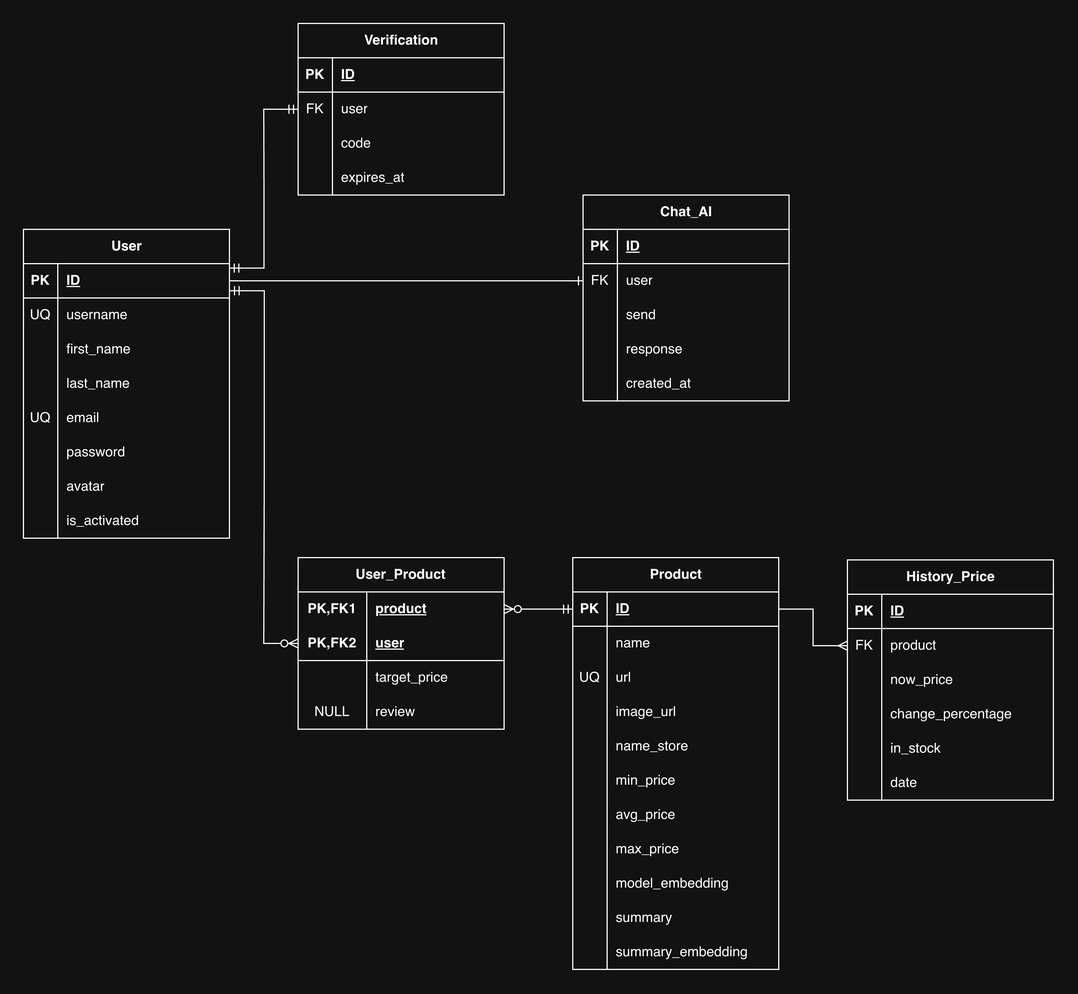
This is docs/track-your-products-relational-entity.png from naykobye-netizen/track-your-products, a draw.io export, as it was before one commit. Source tidied: cells renumbered, new cells last; positions are measured from the earlier drawing's top-left corner, leaving out a move shared by most shapes.
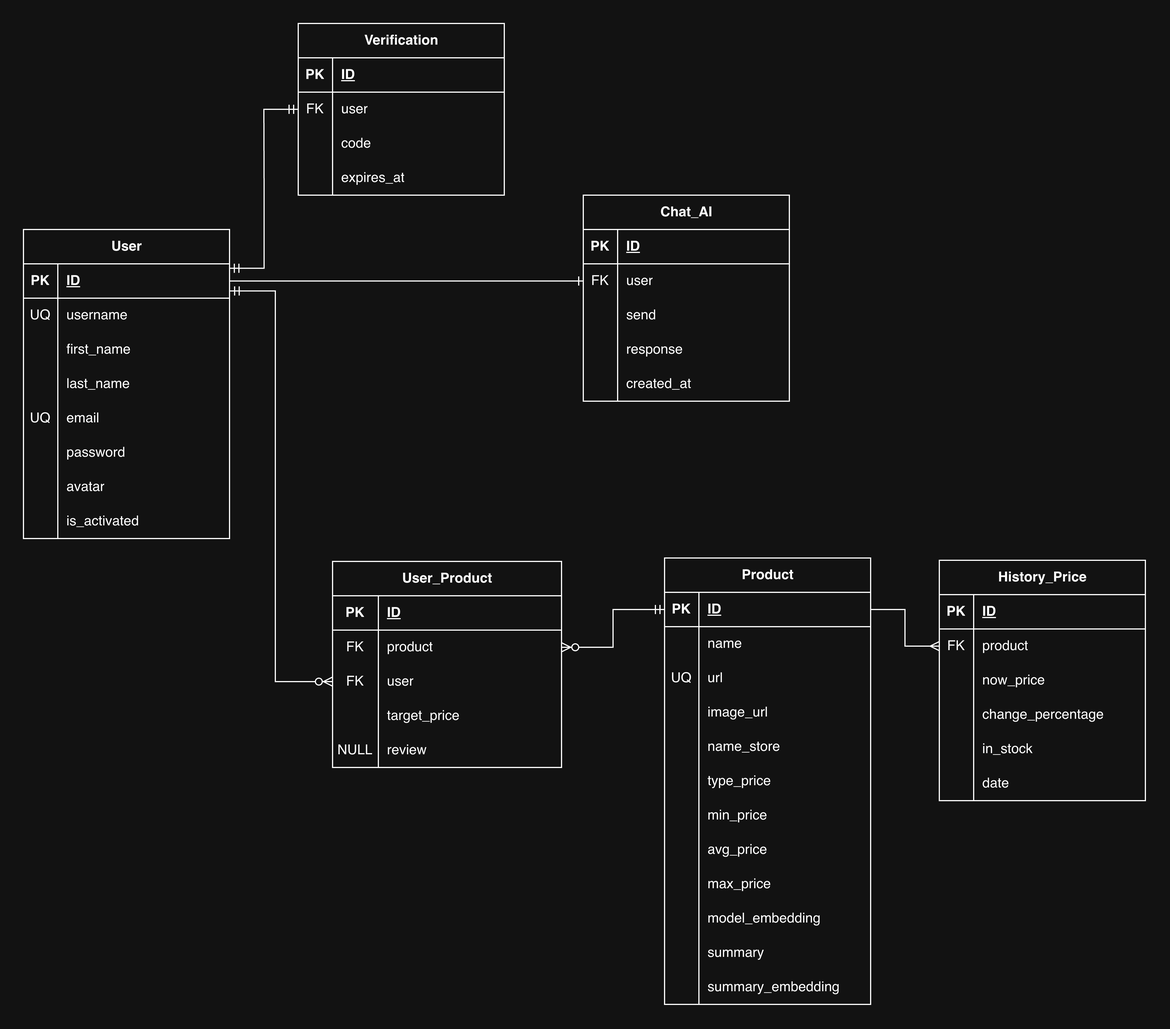
After the commit.

What changed in the source:
```diff
@@ -119,47 +119,8 @@
     <mxCell id="40" style="edgeStyle=entityRelationEdgeStyle;fontSize=12;html=1;endArrow=ERmandOne;startArrow=ERmandOne;rounded=0;defaultLabelBackgroundColor=page;exitX=1.001;exitY=0.129;exitDx=0;exitDy=0;entryX=0;entryY=0.5;entryDx=0;entryDy=0;exitPerimeter=0;" parent="1" edge="1" source="3" target="31">
       <mxGeometry x="-0.06" relative="1" as="geometry" />
     </mxCell>
-    <mxCell id="41" value="User_Product" style="shape=table;startSize=30;rowLines=0;fontStyle=1;align=center;html=1;whiteSpace=wrap;" parent="1" vertex="1">
-      <mxGeometry x="240" y="467" width="180" height="150" as="geometry" />
-    </mxCell>
-    <mxCell id="42" style="shape=tableRow;horizontal=0;startSize=0;swimlaneHead=0;swimlaneBody=0;fillColor=none;points=[[0,0.5],[1,0.5]];portConstraint=eastwest;top=0;left=0;right=0;bottom=0;html=1;" parent="41" vertex="1">
-      <mxGeometry y="30" width="180" height="30" as="geometry" />
-    </mxCell>
-    <mxCell id="43" value="PK,FK1" style="shape=partialRectangle;fillColor=none;top=0;left=0;bottom=0;right=0;fontStyle=1;overflow=hidden;html=1;whiteSpace=wrap;" parent="42" vertex="1">
-      <mxGeometry width="60" height="30" as="geometry" />
-    </mxCell>
-    <mxCell id="44" value="product" style="shape=partialRectangle;fillColor=none;top=0;left=0;bottom=0;right=0;align=left;spacingLeft=6;fontStyle=5;overflow=hidden;html=1;whiteSpace=wrap;" parent="42" vertex="1">
-      <mxGeometry x="60" width="120" height="30" as="geometry" />
-    </mxCell>
-    <mxCell id="45" style="shape=tableRow;horizontal=0;startSize=0;swimlaneHead=0;swimlaneBody=0;fillColor=none;points=[[0,0.5],[1,0.5]];portConstraint=eastwest;top=0;left=0;right=0;bottom=1;html=1;" parent="41" vertex="1">
-      <mxGeometry y="60" width="180" height="30" as="geometry" />
-    </mxCell>
-    <mxCell id="46" value="PK,FK2" style="shape=partialRectangle;fillColor=none;top=0;left=0;bottom=0;right=0;fontStyle=1;overflow=hidden;html=1;whiteSpace=wrap;" parent="45" vertex="1">
-      <mxGeometry width="60" height="30" as="geometry" />
-    </mxCell>
-    <mxCell id="47" value="user" style="shape=partialRectangle;fillColor=none;top=0;left=0;bottom=0;right=0;align=left;spacingLeft=6;fontStyle=5;overflow=hidden;html=1;whiteSpace=wrap;" parent="45" vertex="1">
-      <mxGeometry x="60" width="120" height="30" as="geometry" />
-    </mxCell>
-    <mxCell id="48" style="shape=tableRow;horizontal=0;startSize=0;swimlaneHead=0;swimlaneBody=0;fillColor=none;top=0;left=0;right=0;bottom=0;html=1;" parent="41" vertex="1">
-      <mxGeometry y="90" width="180" height="30" as="geometry" />
-    </mxCell>
-    <mxCell id="49" style="shape=partialRectangle;fillColor=none;top=0;left=0;bottom=0;right=0;overflow=hidden;html=1;whiteSpace=wrap;" parent="48" vertex="1">
-      <mxGeometry width="60" height="30" as="geometry" />
-    </mxCell>
-    <mxCell id="50" value="target_price" style="shape=partialRectangle;fillColor=none;top=0;left=0;bottom=0;right=0;align=left;spacingLeft=6;overflow=hidden;html=1;whiteSpace=wrap;" parent="48" vertex="1">
-      <mxGeometry x="60" width="120" height="30" as="geometry" />
-    </mxCell>
-    <mxCell id="51" style="shape=tableRow;horizontal=0;startSize=0;swimlaneHead=0;swimlaneBody=0;fillColor=none;top=0;left=0;right=0;bottom=0;html=1;" parent="41" vertex="1">
-      <mxGeometry y="120" width="180" height="30" as="geometry" />
-    </mxCell>
-    <mxCell id="52" value="NULL" style="shape=partialRectangle;fillColor=none;top=0;left=0;bottom=0;right=0;overflow=hidden;html=1;whiteSpace=wrap;" parent="51" vertex="1">
-      <mxGeometry width="60" height="30" as="geometry" />
-    </mxCell>
-    <mxCell id="53" value="review" style="shape=partialRectangle;fillColor=none;top=0;left=0;bottom=0;right=0;align=left;spacingLeft=6;overflow=hidden;html=1;whiteSpace=wrap;" parent="51" vertex="1">
-      <mxGeometry x="60" width="120" height="30" as="geometry" />
-    </mxCell>
     <mxCell id="54" value="Product" style="shape=table;startSize=30;rowLines=0;fontStyle=1;align=center;html=1;" parent="1" vertex="1">
-      <mxGeometry x="480" y="467" width="180" height="360" as="geometry" />
+      <mxGeometry x="560" y="467" width="180" height="390" as="geometry" />
     </mxCell>
     <mxCell id="55" style="shape=tableRow;horizontal=0;startSize=0;swimlaneHead=0;swimlaneBody=0;fillColor=none;points=[[0,0.5],[1,0.5]];portConstraint=eastwest;top=0;left=0;right=0;bottom=1;" parent="54" vertex="1">
       <mxGeometry y="30" width="180" height="30" as="geometry" />
@@ -206,8 +167,17 @@
     <mxCell id="69" value="name_store" style="shape=partialRectangle;fillColor=none;top=0;left=0;bottom=0;right=0;align=left;spacingLeft=6;overflow=hidden;whiteSpace=wrap;html=1;" parent="67" vertex="1">
       <mxGeometry x="30" width="150" height="30" as="geometry" />
     </mxCell>
+    <mxCell id="127" style="shape=tableRow;horizontal=0;startSize=0;swimlaneHead=0;swimlaneBody=0;fillColor=none;top=0;left=0;right=0;bottom=0;" parent="54" vertex="1">
+      <mxGeometry y="180" width="180" height="30" as="geometry" />
+    </mxCell>
+    <mxCell id="128" style="shape=partialRectangle;fillColor=none;top=0;left=0;bottom=0;right=0;overflow=hidden;whiteSpace=wrap;html=1;" parent="127" vertex="1">
+      <mxGeometry width="30" height="30" as="geometry" />
+    </mxCell>
+    <mxCell id="129" value="type_price" style="shape=partialRectangle;fillColor=none;top=0;left=0;bottom=0;right=0;align=left;spacingLeft=6;overflow=hidden;whiteSpace=wrap;html=1;" parent="127" vertex="1">
+      <mxGeometry x="30" width="150" height="30" as="geometry" />
+    </mxCell>
     <mxCell id="70" style="shape=tableRow;horizontal=0;startSize=0;swimlaneHead=0;swimlaneBody=0;fillColor=none;top=0;left=0;right=0;bottom=0;" parent="54" vertex="1">
-      <mxGeometry y="180" width="180" height="30" as="geometry" />
+      <mxGeometry y="210" width="180" height="30" as="geometry" />
     </mxCell>
     <mxCell id="71" style="shape=partialRectangle;fillColor=none;top=0;left=0;bottom=0;right=0;overflow=hidden;whiteSpace=wrap;html=1;" parent="70" vertex="1">
       <mxGeometry width="30" height="30" as="geometry" />
@@ -216,7 +186,7 @@
       <mxGeometry x="30" width="150" height="30" as="geometry" />
     </mxCell>
     <mxCell id="73" style="shape=tableRow;horizontal=0;startSize=0;swimlaneHead=0;swimlaneBody=0;fillColor=none;top=0;left=0;right=0;bottom=0;" parent="54" vertex="1">
-      <mxGeometry y="210" width="180" height="30" as="geometry" />
+      <mxGeometry y="240" width="180" height="30" as="geometry" />
     </mxCell>
     <mxCell id="74" style="shape=partialRectangle;fillColor=none;top=0;left=0;bottom=0;right=0;overflow=hidden;whiteSpace=wrap;html=1;" parent="73" vertex="1">
       <mxGeometry width="30" height="30" as="geometry" />
@@ -225,7 +195,7 @@
       <mxGeometry x="30" width="150" height="30" as="geometry" />
     </mxCell>
     <mxCell id="76" style="shape=tableRow;horizontal=0;startSize=0;swimlaneHead=0;swimlaneBody=0;fillColor=none;top=0;left=0;right=0;bottom=0;" parent="54" vertex="1">
-      <mxGeometry y="240" width="180" height="30" as="geometry" />
+      <mxGeometry y="270" width="180" height="30" as="geometry" />
     </mxCell>
     <mxCell id="77" style="shape=partialRectangle;fillColor=none;top=0;left=0;bottom=0;right=0;overflow=hidden;whiteSpace=wrap;html=1;" parent="76" vertex="1">
       <mxGeometry width="30" height="30" as="geometry" />
@@ -234,7 +204,7 @@
       <mxGeometry x="30" width="150" height="30" as="geometry" />
     </mxCell>
     <mxCell id="79" style="shape=tableRow;horizontal=0;startSize=0;swimlaneHead=0;swimlaneBody=0;fillColor=none;top=0;left=0;right=0;bottom=0;" parent="54" vertex="1">
-      <mxGeometry y="270" width="180" height="30" as="geometry" />
+      <mxGeometry y="300" width="180" height="30" as="geometry" />
     </mxCell>
     <mxCell id="80" style="shape=partialRectangle;fillColor=none;top=0;left=0;bottom=0;right=0;overflow=hidden;whiteSpace=wrap;html=1;" parent="79" vertex="1">
       <mxGeometry width="30" height="30" as="geometry" />
@@ -243,7 +213,7 @@
       <mxGeometry x="30" width="150" height="30" as="geometry" />
     </mxCell>
     <mxCell id="82" style="shape=tableRow;horizontal=0;startSize=0;swimlaneHead=0;swimlaneBody=0;fillColor=none;top=0;left=0;right=0;bottom=0;" parent="54" vertex="1">
-      <mxGeometry y="300" width="180" height="30" as="geometry" />
+      <mxGeometry y="330" width="180" height="30" as="geometry" />
     </mxCell>
     <mxCell id="83" style="shape=partialRectangle;fillColor=none;top=0;left=0;bottom=0;right=0;overflow=hidden;whiteSpace=wrap;html=1;" parent="82" vertex="1">
       <mxGeometry width="30" height="30" as="geometry" />
@@ -252,7 +222,7 @@
       <mxGeometry x="30" width="150" height="30" as="geometry" />
     </mxCell>
     <mxCell id="85" style="shape=tableRow;horizontal=0;startSize=0;swimlaneHead=0;swimlaneBody=0;fillColor=none;top=0;left=0;right=0;bottom=0;" parent="54" vertex="1">
-      <mxGeometry y="330" width="180" height="30" as="geometry" />
+      <mxGeometry y="360" width="180" height="30" as="geometry" />
     </mxCell>
     <mxCell id="86" style="shape=partialRectangle;fillColor=none;top=0;left=0;bottom=0;right=0;overflow=hidden;whiteSpace=wrap;html=1;" parent="85" vertex="1">
       <mxGeometry width="30" height="30" as="geometry" />
@@ -261,7 +231,7 @@
       <mxGeometry x="30" width="150" height="30" as="geometry" />
     </mxCell>
     <mxCell id="88" value="History_Price" style="shape=table;startSize=30;rowLines=0;fontStyle=1;align=center;html=1;" parent="1" vertex="1">
-      <mxGeometry x="720" y="469" width="180" height="210" as="geometry" />
+      <mxGeometry x="800" y="469" width="180" height="210" as="geometry" />
     </mxCell>
     <mxCell id="89" style="shape=tableRow;horizontal=0;startSize=0;swimlaneHead=0;swimlaneBody=0;fillColor=none;top=0;left=0;right=0;bottom=1;" parent="88" vertex="1">
       <mxGeometry y="30" width="180" height="30" as="geometry" />
@@ -320,12 +290,16 @@
     <mxCell id="107" style="edgeStyle=entityRelationEdgeStyle;fontSize=12;html=1;endArrow=ERmany;rounded=0;defaultLabelBackgroundColor=page;exitX=1;exitY=0.5;exitDx=0;exitDy=0;entryX=0;entryY=0.5;entryDx=0;entryDy=0;" parent="1" edge="1" source="55" target="92">
       <mxGeometry relative="1" as="geometry" />
     </mxCell>
-    <mxCell id="108" style="edgeStyle=entityRelationEdgeStyle;fontSize=12;html=1;endArrow=ERzeroToMany;startArrow=ERmandOne;rounded=0;defaultLabelBackgroundColor=page;exitX=0;exitY=0.5;exitDx=0;exitDy=0;entryX=1;entryY=0.5;entryDx=0;entryDy=0;" parent="1" edge="1" source="55" target="42">
-      <mxGeometry relative="1" as="geometry" />
+    <mxCell id="108" style="edgeStyle=orthogonalEdgeStyle;fontSize=12;html=1;endArrow=ERzeroToMany;startArrow=ERmandOne;rounded=0;defaultLabelBackgroundColor=page;exitX=0;exitY=0.5;exitDx=0;exitDy=0;entryX=1;entryY=0.5;entryDx=0;entryDy=0;" parent="1" edge="1" source="55" target="133">
+      <mxGeometry x="0.15" relative="1" as="geometry" />
     </mxCell>
-    <mxCell id="109" style="edgeStyle=entityRelationEdgeStyle;fontSize=12;html=1;endArrow=ERzeroToMany;startArrow=ERmandOne;rounded=0;defaultLabelBackgroundColor=page;exitX=1.008;exitY=0.789;exitDx=0;exitDy=0;exitPerimeter=0;entryX=0;entryY=0.5;entryDx=0;entryDy=0;" parent="1" edge="1" target="45">
-      <mxGeometry relative="1" as="geometry">
+    <mxCell id="109" style="edgeStyle=orthogonalEdgeStyle;fontSize=12;html=1;endArrow=ERzeroToMany;startArrow=ERmandOne;rounded=0;defaultLabelBackgroundColor=page;exitX=1.008;exitY=0.789;exitDx=0;exitDy=0;exitPerimeter=0;entryX=0;entryY=0.5;entryDx=0;entryDy=0;" parent="1" edge="1" target="135">
+      <mxGeometry x="-0.16" relative="1" as="geometry">
         <mxPoint x="180.4" y="233.7" as="sourcePoint" />
+        <Array as="points">
+          <mxPoint x="220" y="233.7" />
+          <mxPoint x="220" y="575" />
+        </Array>
       </mxGeometry>
     </mxCell>
     <mxCell id="110" value="Chat_AI" style="shape=table;startSize=30;rowLines=0;fontStyle=1;align=center;html=1;" parent="1" vertex="1">
@@ -379,5 +353,53 @@
     <mxCell id="126" style="edgeStyle=entityRelationEdgeStyle;fontSize=12;html=1;endArrow=ERone;endFill=1;rounded=0;defaultLabelBackgroundColor=page;exitX=1;exitY=0.5;exitDx=0;exitDy=0;entryX=0;entryY=0.5;entryDx=0;entryDy=0;" parent="1" edge="1" source="3" target="114">
       <mxGeometry relative="1" as="geometry" />
     </mxCell>
+    <mxCell id="41" value="User_Product" style="shape=table;startSize=30;rowLines=0;fontStyle=1;align=center;html=1;" parent="1" vertex="1">
+      <mxGeometry x="270" y="470" width="200" height="180" as="geometry" />
+    </mxCell>
+    <mxCell id="130" style="shape=tableRow;horizontal=0;startSize=0;swimlaneHead=0;swimlaneBody=0;fillColor=none;top=0;left=0;right=0;bottom=1;" parent="41" vertex="1">
+      <mxGeometry y="30" width="200" height="30" as="geometry" />
+    </mxCell>
+    <mxCell id="131" value="PK" style="shape=partialRectangle;fillColor=none;top=0;left=0;bottom=0;right=0;fontStyle=1;overflow=hidden;whiteSpace=wrap;html=1;" parent="130" vertex="1">
+      <mxGeometry width="40" height="30" as="geometry" />
+    </mxCell>
+    <mxCell id="132" value="ID" style="shape=partialRectangle;fillColor=none;top=0;left=0;bottom=0;right=0;align=left;spacingLeft=6;fontStyle=5;overflow=hidden;whiteSpace=wrap;html=1;" parent="130" vertex="1">
+      <mxGeometry x="40" width="160" height="30" as="geometry" />
+    </mxCell>
+    <mxCell id="133" style="shape=tableRow;horizontal=0;startSize=0;swimlaneHead=0;swimlaneBody=0;fillColor=none;points=[[0,0.5],[1,0.5]];portConstraint=eastwest;top=0;left=0;right=0;bottom=0;" parent="41" vertex="1">
+      <mxGeometry y="60" width="200" height="30" as="geometry" />
+    </mxCell>
+    <mxCell id="134" value="FK" style="shape=partialRectangle;fillColor=none;top=0;left=0;bottom=0;right=0;overflow=hidden;whiteSpace=wrap;html=1;" parent="133" vertex="1">
+      <mxGeometry width="40" height="30" as="geometry" />
+    </mxCell>
+    <mxCell id="44" value="product" style="shape=partialRectangle;fillColor=none;top=0;left=0;bottom=0;right=0;align=left;spacingLeft=6;overflow=hidden;whiteSpace=wrap;html=1;" parent="133" vertex="1">
+      <mxGeometry x="40" width="160" height="30" as="geometry" />
+    </mxCell>
+    <mxCell id="135" style="shape=tableRow;horizontal=0;startSize=0;swimlaneHead=0;swimlaneBody=0;fillColor=none;points=[[0,0.5],[1,0.5]];portConstraint=eastwest;top=0;left=0;right=0;bottom=0;" parent="41" vertex="1">
+      <mxGeometry y="90" width="200" height="30" as="geometry" />
+    </mxCell>
+    <mxCell id="136" value="FK" style="shape=partialRectangle;fillColor=none;top=0;left=0;bottom=0;right=0;overflow=hidden;whiteSpace=wrap;html=1;" parent="135" vertex="1">
+      <mxGeometry width="40" height="30" as="geometry" />
+    </mxCell>
+    <mxCell id="47" value="user" style="shape=partialRectangle;fillColor=none;top=0;left=0;bottom=0;right=0;align=left;spacingLeft=6;overflow=hidden;whiteSpace=wrap;html=1;" parent="135" vertex="1">
+      <mxGeometry x="40" width="160" height="30" as="geometry" />
+    </mxCell>
+    <mxCell id="137" style="shape=tableRow;horizontal=0;startSize=0;swimlaneHead=0;swimlaneBody=0;fillColor=none;top=0;left=0;right=0;bottom=0;" parent="41" vertex="1">
+      <mxGeometry y="120" width="200" height="30" as="geometry" />
+    </mxCell>
+    <mxCell id="138" style="shape=partialRectangle;fillColor=none;top=0;left=0;bottom=0;right=0;overflow=hidden;whiteSpace=wrap;html=1;" parent="137" vertex="1">
+      <mxGeometry width="40" height="30" as="geometry" />
+    </mxCell>
+    <mxCell id="50" value="target_price" style="shape=partialRectangle;fillColor=none;top=0;left=0;bottom=0;right=0;align=left;spacingLeft=6;overflow=hidden;whiteSpace=wrap;html=1;" parent="137" vertex="1">
+      <mxGeometry x="40" width="160" height="30" as="geometry" />
+    </mxCell>
+    <mxCell id="139" style="shape=tableRow;horizontal=0;startSize=0;swimlaneHead=0;swimlaneBody=0;fillColor=none;top=0;left=0;right=0;bottom=0;" parent="41" vertex="1">
+      <mxGeometry y="150" width="200" height="30" as="geometry" />
+    </mxCell>
+    <mxCell id="52" value="NULL" style="shape=partialRectangle;fillColor=none;top=0;left=0;bottom=0;right=0;overflow=hidden;whiteSpace=wrap;html=1;" parent="139" vertex="1">
+      <mxGeometry width="40" height="30" as="geometry" />
+    </mxCell>
+    <mxCell id="53" value="review" style="shape=partialRectangle;fillColor=none;top=0;left=0;bottom=0;right=0;align=left;spacingLeft=6;overflow=hidden;whiteSpace=wrap;html=1;" parent="139" vertex="1">
+      <mxGeometry x="40" width="160" height="30" as="geometry" />
+    </mxCell>
   </root>
 </mxGraphModel>
```
